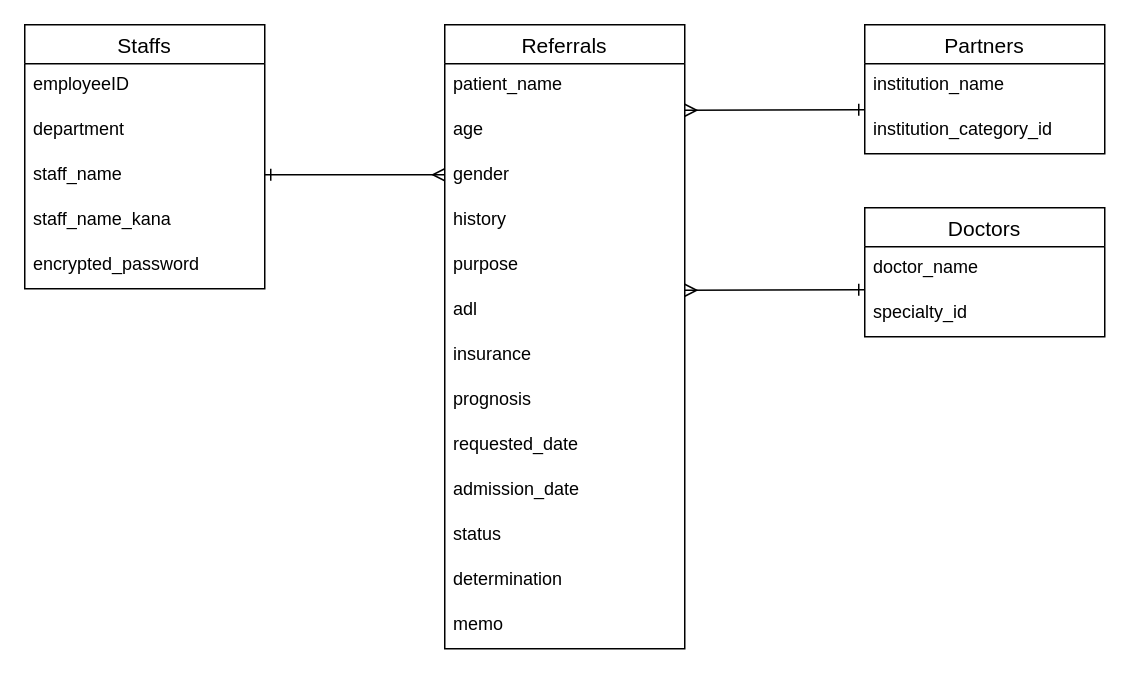
This is supportcube.dio from kasiaya/supportcube, a draw.io file, before an edit. Source tidied: cells renumbered, new cells numbered last; positions are measured from the earlier drawing's top-left corner, leaving out a move shared by most shapes. Both pictures are drawn from the tidied source at 150%, with x=0, y=0 at pixel (24, 24).
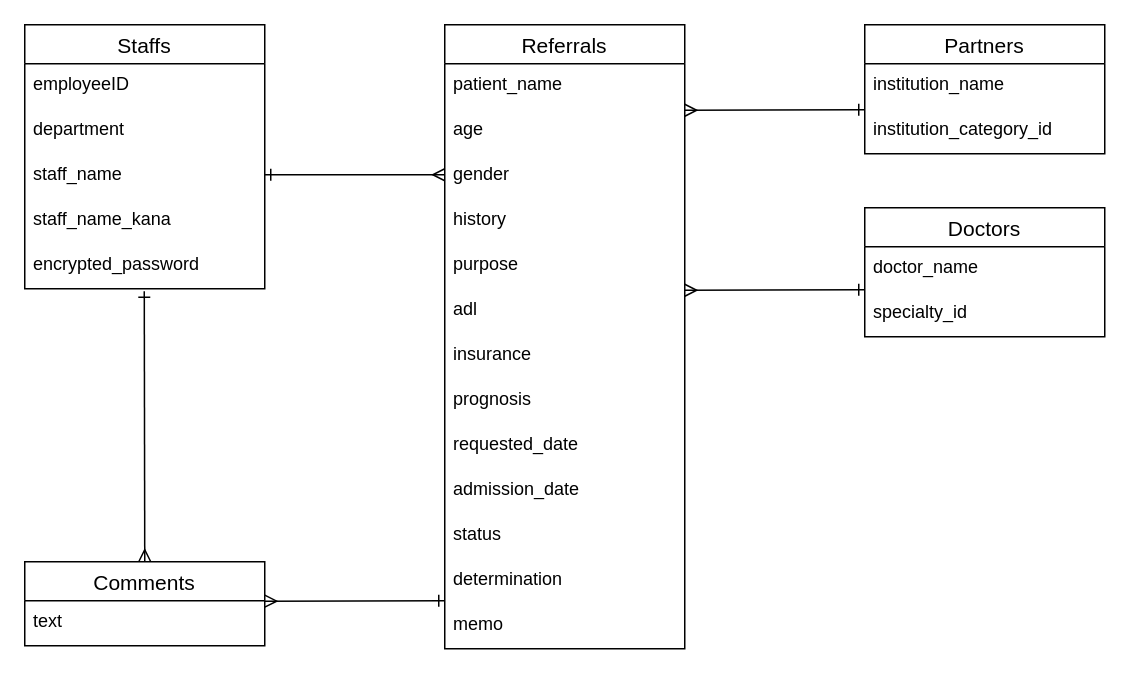
Above is the later version.

The change refers to these unchanged cells:
```xml
<mxCell id="7" value="encrypted_password" style="text;strokeColor=none;fillColor=none;spacingLeft=4;spacingRight=4;overflow=hidden;points=[[0,0.5],[1,0.5]];portConstraint=eastwest;fontSize=12;" parent="2" vertex="1">
  <mxGeometry y="146" width="160" height="30" as="geometry" />
</mxCell>
```

Change to the diagram source:
```diff
@@
+    <mxCell id="31" value="Comments" style="swimlane;fontStyle=0;horizontal=1;startSize=26;align=center;fontSize=14;" parent="1" vertex="1">
+      <mxGeometry y="358" width="160" height="56" as="geometry" />
+    </mxCell>
+    <mxCell id="32" value="text" style="text;strokeColor=none;fillColor=none;spacingLeft=4;spacingRight=4;overflow=hidden;fontSize=12;" parent="31" vertex="1">
+      <mxGeometry y="26" width="160" height="30" as="geometry" />
+    </mxCell>
+    <mxCell id="33" style="endArrow=ERone;html=1;rounded=0;startArrow=ERmany;startFill=0;endFill=0;" parent="1" edge="1">
+      <mxGeometry relative="1" as="geometry">
+        <mxPoint x="160" y="384.3" as="sourcePoint" />
+        <mxPoint x="280" y="384" as="targetPoint" />
+      </mxGeometry>
+    </mxCell>
+    <mxCell id="34" style="endArrow=ERmany;html=1;rounded=0;startArrow=ERone;startFill=0;endFill=0;entryX=0.5;entryY=0;entryDx=0;entryDy=0;exitX=0.498;exitY=1.055;exitDx=0;exitDy=0;exitPerimeter=0;" parent="1" edge="1" source="7" target="31">
+      <mxGeometry relative="1" as="geometry" />
+    </mxCell>
```
